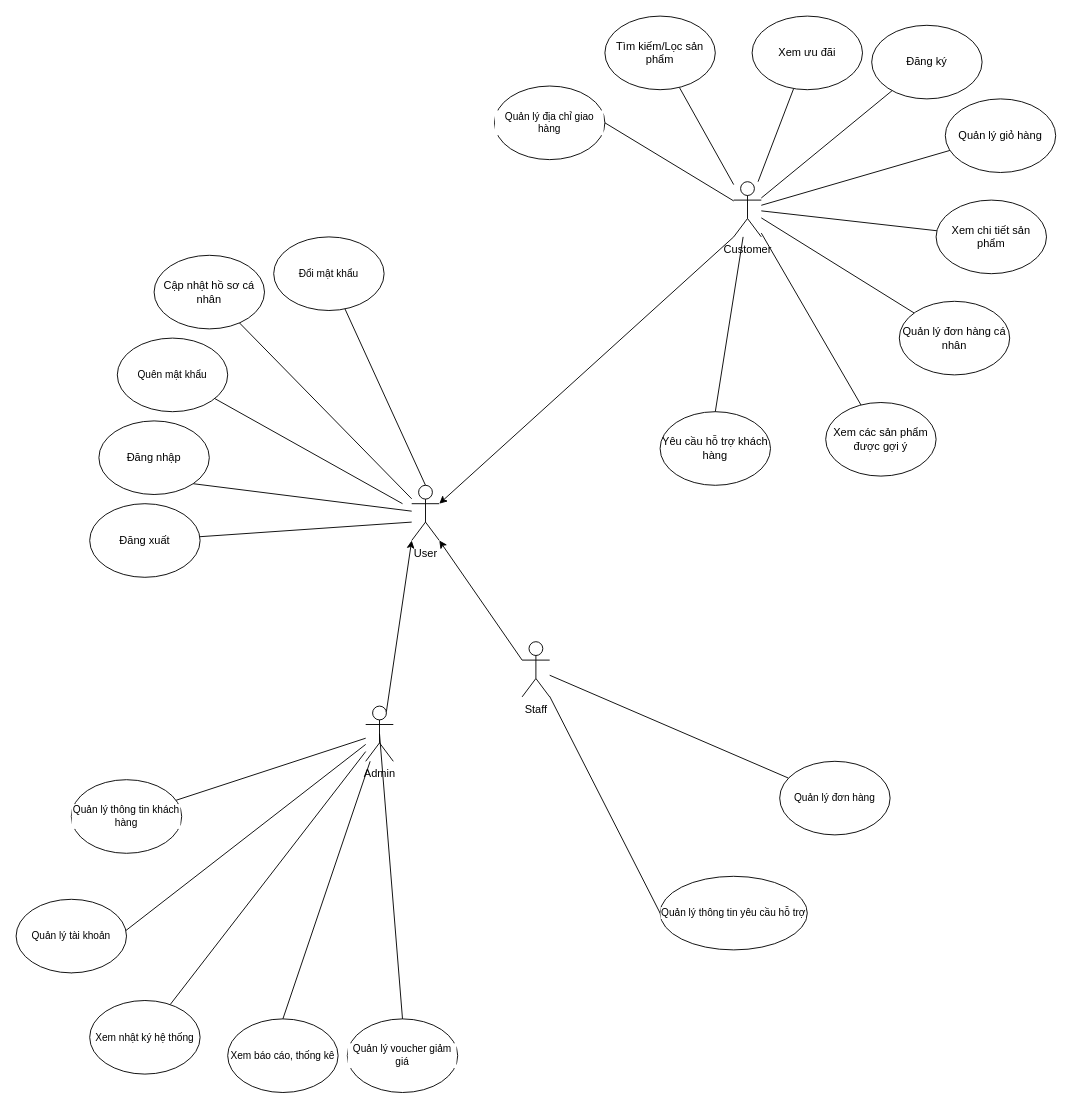
Before: page "Tổng quát" (1 of 18) of Usecase Diagram Bookstore.drawio in KaNguyen3005/Bookstore-System, a draw.io diagram. Source tidied: cells renumbered, new cells numbered last; positions are measured from the earlier drawing's top-left corner, leaving out a move shared by most shapes. Both pictures are drawn from the tidied source at 92%, with x=0, y=0 at pixel (16, 16).
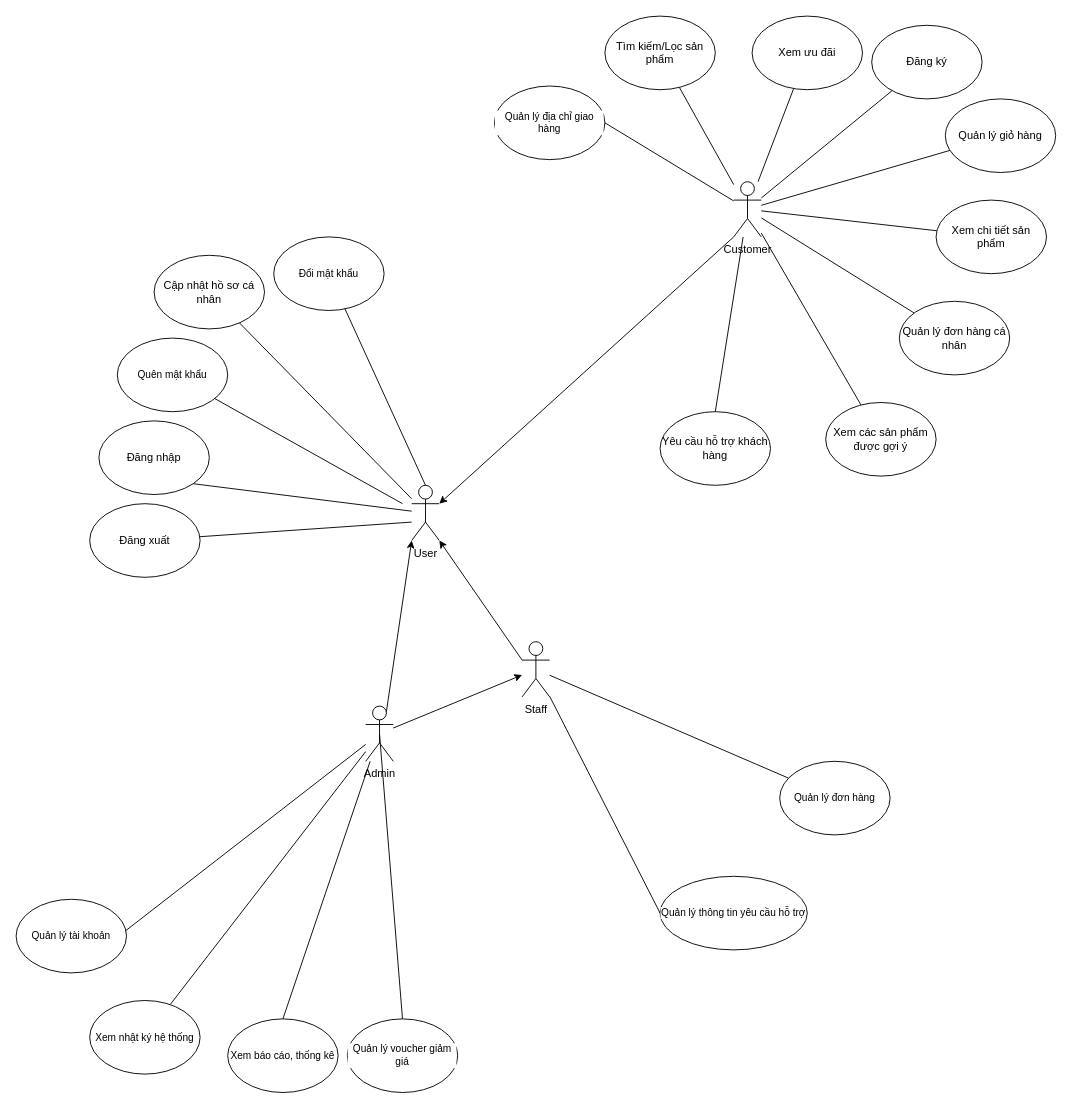
The same diagram, later.

The change refers to these unchanged cells:
```xml
<mxCell id="6" value="Admin&lt;div&gt;&lt;br&gt;&lt;/div&gt;" style="shape=umlActor;verticalLabelPosition=bottom;verticalAlign=top;html=1;outlineConnect=0;" parent="1" vertex="1">
  <mxGeometry x="380" y="750" width="30" height="60" as="geometry" />
</mxCell>
<mxCell id="9" value="Staff&lt;div&gt;&lt;br&gt;&lt;/div&gt;" style="shape=umlActor;verticalLabelPosition=bottom;verticalAlign=top;html=1;outlineConnect=0;" parent="1" vertex="1">
  <mxGeometry x="550" y="680" width="30" height="60" as="geometry" />
</mxCell>
```

Diff of the diagram source:
```diff
@@
-    <mxCell id="5" style="edgeStyle=none;shape=connector;rounded=0;jettySize=auto;html=1;strokeColor=default;align=center;verticalAlign=middle;fontFamily=Helvetica;fontSize=11;fontColor=default;labelBackgroundColor=default;endArrow=none;endFill=0;" parent="1" edge="1" source="6" target="37">
-      <mxGeometry relative="1" as="geometry" />
-    </mxCell>
@@
-    <mxCell id="37" value="Quản lý thông tin khách hàng" style="ellipse;whiteSpace=wrap;html=1;fontFamily=Helvetica;fontSize=11;fontColor=default;labelBackgroundColor=default;" parent="1" vertex="1">
-      <mxGeometry x="60" y="830" width="120" height="80" as="geometry" />
-    </mxCell>
@@
+    <mxCell id="51" style="endArrow=classic;html=1;rounded=0;strokeColor=default;align=center;verticalAlign=middle;fontFamily=Helvetica;fontSize=11;fontColor=default;labelBackgroundColor=default;" parent="1" edge="1" source="6" target="9">
+      <mxGeometry relative="1" as="geometry" />
+    </mxCell>
```
